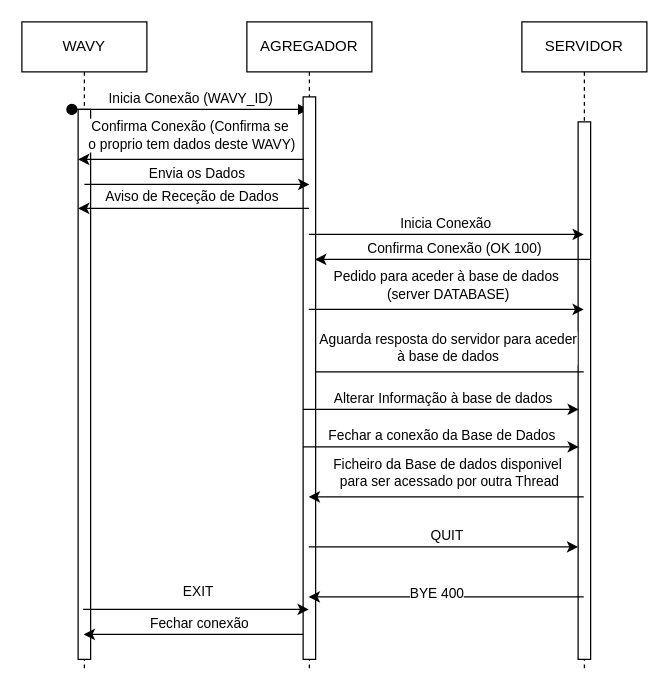
The draw.io diagram Diagrama sem nome.drawio in davidfidalgo1004/TP_SistemasDistribuidos, before the edit. Source tidied: cells renumbered, new cells numbered last; positions are measured from the earlier drawing's top-left corner, leaving out a move shared by most shapes. Both pictures are drawn from the tidied source at 125%, with x=0, y=0 at pixel (21, 21).
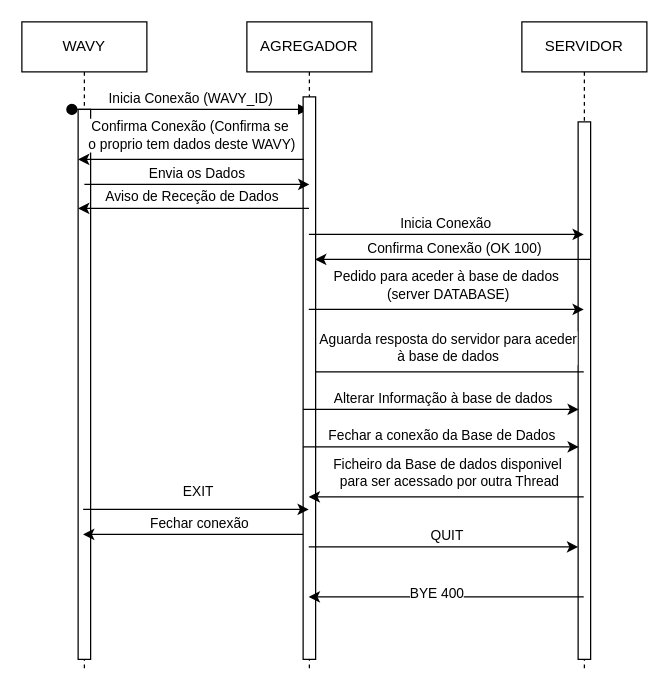
Above is the later version.

The change refers to these unchanged cells:
```xml
<mxCell id="2" value="WAVY" style="shape=umlLifeline;perimeter=lifelinePerimeter;whiteSpace=wrap;html=1;outlineConnect=0;portConstraint=eastwest;newEdgeStyle={&quot;edgeStyle&quot;:&quot;elbowEdgeStyle&quot;,&quot;elbow&quot;:&quot;vertical&quot;,&quot;curved&quot;:0,&quot;rounded&quot;:0};" parent="1" vertex="1">
  <mxGeometry width="100" height="520" as="geometry" />
</mxCell>
<mxCell id="6" style="html=1;points=[];perimeter=orthogonalPerimeter;outlineConnect=0;targetShapes=umlLifeline;portConstraint=eastwest;newEdgeStyle={&quot;edgeStyle&quot;:&quot;elbowEdgeStyle&quot;,&quot;elbow&quot;:&quot;vertical&quot;,&quot;curved&quot;:0,&quot;rounded&quot;:0};" parent="5" vertex="1">
  <mxGeometry x="45" y="60" width="10" height="450" as="geometry" />
</mxCell>
```

What changed in the source:
```diff
@@
     <mxCell id="29" style="endArrow=classic;html=1;rounded=0;" parent="1" edge="1">
       <mxGeometry relative="1" as="geometry">
-        <mxPoint x="49" y="470" as="sourcePoint" />
-        <mxPoint x="229.5" y="470" as="targetPoint" />
+        <mxPoint x="49" y="390" as="sourcePoint" />
+        <mxPoint x="229.5" y="390" as="targetPoint" />
       </mxGeometry>
     </mxCell>
@@
-    <mxCell id="31" style="endArrow=classic;html=1;rounded=0;" parent="1" edge="1" source="6" target="2">
+    <mxCell id="31" style="endArrow=classic;html=1;rounded=0;" parent="1" edge="1">
       <mxGeometry relative="1" as="geometry">
+        <mxPoint x="225" y="410" as="sourcePoint" />
+        <mxPoint x="49" y="410" as="targetPoint" />
         <Array as="points">
-          <mxPoint x="160" y="490" />
+          <mxPoint x="160" y="410" />
         </Array>
       </mxGeometry>
     </mxCell>
```
